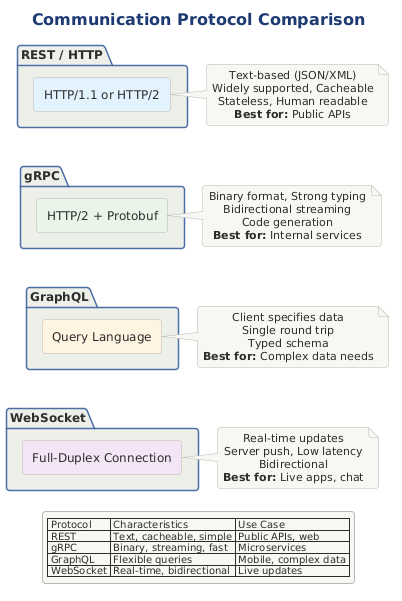
This is src/architecture/views-and-beyond/style-catalogs/component-and-connector/client-server-style/png/communication-protocol-comparison.png from Notoriousjayy/latex-docs, a PlantUML export, as it was before one commit.
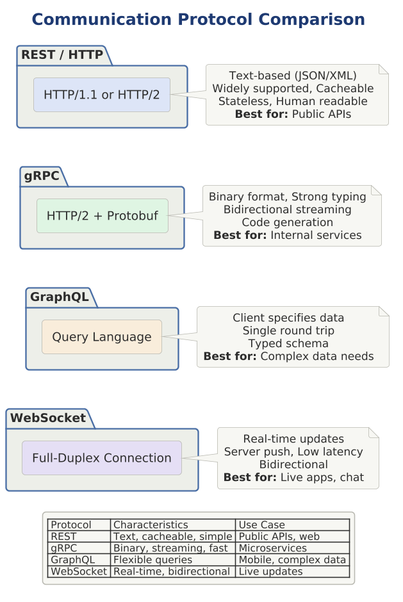
The same diagram one commit later.

What changed in the source:
```diff
@@ -1,11 +1,16 @@
 @startuml
+
+skinparam dpi 150
+
+
+
 
 title Communication Protocol Comparison
 
 !include ../../../../../../tooling/styles/plantuml/structural/package-diagram-style.iuml
 
 package "REST / HTTP" {
-    rectangle "HTTP/1.1 or HTTP/2" as HTTP #E3F2FD
+    rectangle "HTTP/1.1 or HTTP/2" as HTTP $fill_primary
 }
 note right of HTTP
   Text-based (JSON/XML)
@@ -15,7 +20,7 @@
 end note
 
 package "gRPC" {
-    rectangle "HTTP/2 + Protobuf" as GRPC #E8F5E9
+    rectangle "HTTP/2 + Protobuf" as GRPC $fill_ok
 }
 note right of GRPC
   Binary format, Strong typing
@@ -25,7 +30,7 @@
 end note
 
 package "GraphQL" {
-    rectangle "Query Language" as GQL #FFF3E0
+    rectangle "Query Language" as GQL $fill_caution
 }
 note right of GQL
   Client specifies data
@@ -35,7 +40,7 @@
 end note
 
 package "WebSocket" {
-    rectangle "Full-Duplex Connection" as WS #F3E5F5
+    rectangle "Full-Duplex Connection" as WS $fill_alt
 }
 note right of WS
   Real-time updates
```
